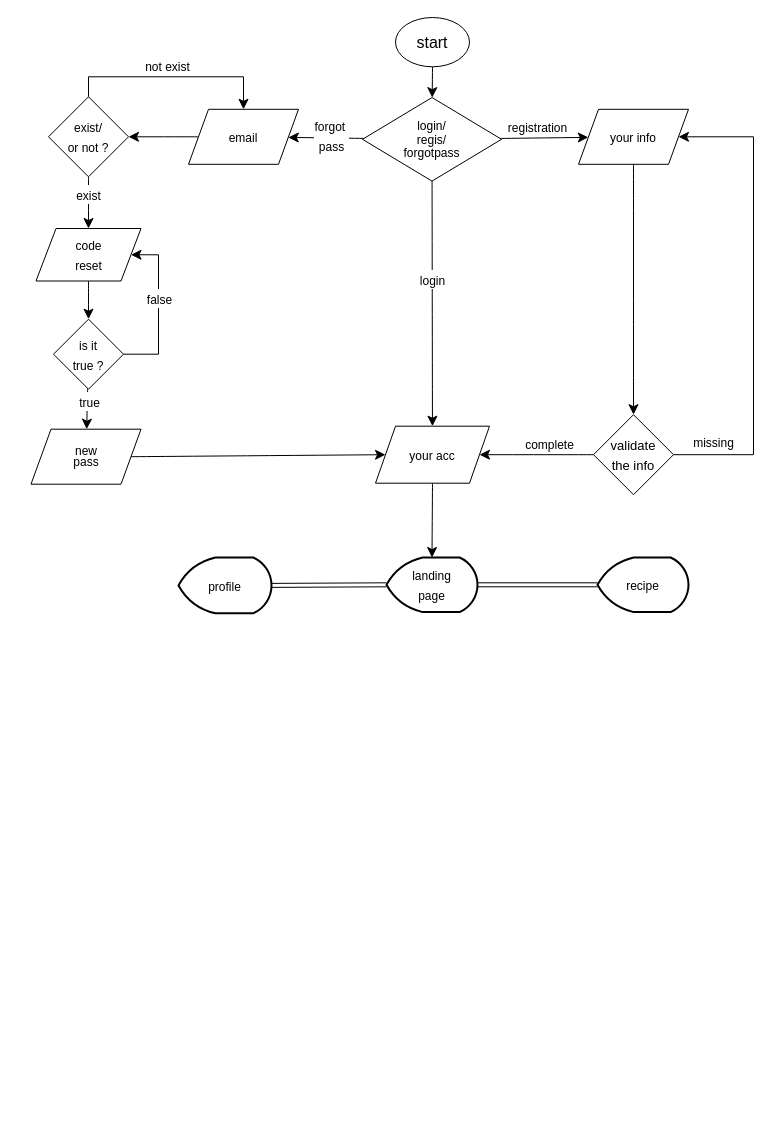
This is flowchart/recipe.drawio from farhanrizqi/flowcharts-algorithm, a draw.io file, before an edit. Source tidied: cells renumbered, new cells numbered last; positions are measured from the earlier drawing's top-left corner, leaving out a move shared by most shapes. Both pictures are drawn from the tidied source at 100%, with x=0, y=0 at pixel (30, 17).
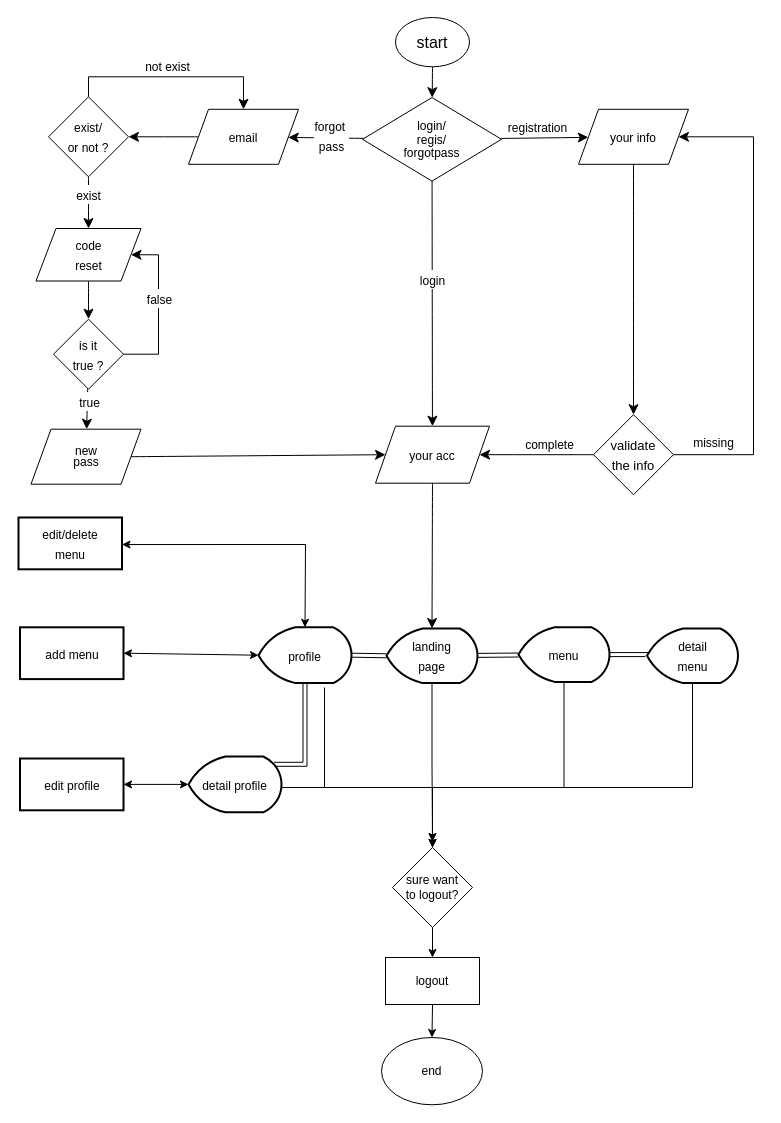
Above is the later version.

The edit, as a diff of the source:
```diff
@@
+    <mxCell id="41" style="edgeStyle=orthogonalEdgeStyle;rounded=0;jettySize=auto;html=1;exitX=0.5;exitY=1;exitDx=0;exitDy=0;exitPerimeter=0;entryX=0.5;entryY=-0.072;entryDx=0;entryDy=0;entryPerimeter=0;" parent="1" edge="1" source="31" target="57">
+      <mxGeometry relative="1" as="geometry" />
+    </mxCell>
     <mxCell id="31" value="&lt;font style=&quot;font-size: 12px;&quot;&gt;landing&lt;br&gt;page&lt;/font&gt;" style="strokeWidth=2;html=1;shape=mxgraph.flowchart.display;whiteSpace=wrap;fontSize=16;" parent="1" vertex="1">
-      <mxGeometry x="356" y="540" width="91" height="54.6" as="geometry" />
+      <mxGeometry x="356" y="611" width="91" height="54.6" as="geometry" />
     </mxCell>
@@
+    <mxCell id="42" style="edgeStyle=orthogonalEdgeStyle;rounded=0;jettySize=auto;html=1;entryX=0.5;entryY=0;entryDx=0;entryDy=0;exitX=0.71;exitY=1.079;exitDx=0;exitDy=0;exitPerimeter=0;" parent="1" edge="1" source="39" target="57">
+      <mxGeometry relative="1" as="geometry">
+        <Array as="points">
+          <mxPoint x="294" y="770" />
+          <mxPoint x="402" y="770" />
+        </Array>
+      </mxGeometry>
+    </mxCell>
+    <mxCell id="43" style="edgeStyle=orthogonalEdgeStyle;rounded=0;jettySize=auto;html=1;exitX=0.5;exitY=1;exitDx=0;exitDy=0;exitPerimeter=0;entryX=0.92;entryY=0.14;entryDx=0;entryDy=0;entryPerimeter=0;shape=link;" parent="1" edge="1" source="39" target="51">
+      <mxGeometry relative="1" as="geometry">
+        <Array as="points">
+          <mxPoint x="275" y="747" />
+        </Array>
+      </mxGeometry>
+    </mxCell>
     <mxCell id="39" value="&lt;font style=&quot;font-size: 12px;&quot;&gt;profile&lt;/font&gt;" style="strokeWidth=2;html=1;shape=mxgraph.flowchart.display;whiteSpace=wrap;fontSize=16;" parent="1" vertex="1">
-      <mxGeometry x="148" y="540" width="93" height="55.8" as="geometry" />
+      <mxGeometry x="228" y="609.8" width="93" height="55.8" as="geometry" />
     </mxCell>
+    <mxCell id="44" style="edgeStyle=orthogonalEdgeStyle;rounded=0;jettySize=auto;html=1;exitX=1;exitY=0.5;exitDx=0;exitDy=0;exitPerimeter=0;entryX=0;entryY=0.5;entryDx=0;entryDy=0;entryPerimeter=0;shape=link;" parent="1" edge="1" source="40" target="47">
+      <mxGeometry relative="1" as="geometry" />
+    </mxCell>
+    <mxCell id="45" style="edgeStyle=orthogonalEdgeStyle;rounded=0;jettySize=auto;html=1;exitX=0.5;exitY=1;exitDx=0;exitDy=0;exitPerimeter=0;entryX=0.5;entryY=-0.075;entryDx=0;entryDy=0;entryPerimeter=0;" parent="1" edge="1" source="40" target="57">
+      <mxGeometry relative="1" as="geometry">
+        <Array as="points">
+          <mxPoint x="534" y="770" />
+          <mxPoint x="402" y="770" />
+        </Array>
+      </mxGeometry>
+    </mxCell>
-    <mxCell id="40" value="&lt;span style=&quot;font-size: 12px;&quot;&gt;recipe&lt;/span&gt;" style="strokeWidth=2;html=1;shape=mxgraph.flowchart.display;whiteSpace=wrap;fontSize=16;" parent="1" vertex="1">
-      <mxGeometry x="567" y="540" width="91" height="54.6" as="geometry" />
+    <mxCell id="40" value="&lt;span style=&quot;font-size: 12px;&quot;&gt;menu&lt;/span&gt;" style="strokeWidth=2;html=1;shape=mxgraph.flowchart.display;whiteSpace=wrap;fontSize=16;" parent="1" vertex="1">
+      <mxGeometry x="488" y="609.8" width="91" height="54.6" as="geometry" />
     </mxCell>
+    <mxCell id="46" style="edgeStyle=orthogonalEdgeStyle;rounded=0;jettySize=auto;html=1;exitX=0.5;exitY=1;exitDx=0;exitDy=0;exitPerimeter=0;entryX=0.5;entryY=0;entryDx=0;entryDy=0;" parent="1" edge="1" source="47" target="57">
+      <mxGeometry relative="1" as="geometry">
+        <Array as="points">
+          <mxPoint x="662" y="770" />
+          <mxPoint x="402" y="770" />
+        </Array>
+      </mxGeometry>
+    </mxCell>
+    <mxCell id="47" value="&lt;span style=&quot;font-size: 12px;&quot;&gt;detail&lt;br&gt;menu&lt;/span&gt;" style="strokeWidth=2;html=1;shape=mxgraph.flowchart.display;whiteSpace=wrap;fontSize=16;" parent="1" vertex="1">
+      <mxGeometry x="616.5" y="611" width="91" height="54.6" as="geometry" />
+    </mxCell>
+    <mxCell id="48" style="endArrow=classic;startArrow=classic;html=1;rounded=0;entryX=0;entryY=0.5;entryDx=0;entryDy=0;entryPerimeter=0;exitX=1;exitY=0.5;exitDx=0;exitDy=0;" parent="1" edge="1" source="55" target="39">
+      <mxGeometry relative="1" as="geometry" />
+    </mxCell>
+    <mxCell id="49" style="endArrow=classic;startArrow=classic;html=1;rounded=0;entryX=0.5;entryY=0;entryDx=0;entryDy=0;entryPerimeter=0;exitX=1;exitY=0.522;exitDx=0;exitDy=0;exitPerimeter=0;" parent="1" edge="1" source="54" target="39">
+      <mxGeometry relative="1" as="geometry">
+        <Array as="points">
+          <mxPoint x="275" y="527" />
+        </Array>
+      </mxGeometry>
+    </mxCell>
+    <mxCell id="50" style="edgeStyle=orthogonalEdgeStyle;rounded=0;jettySize=auto;html=1;exitX=1;exitY=0.5;exitDx=0;exitDy=0;exitPerimeter=0;entryX=0.5;entryY=0;entryDx=0;entryDy=0;" parent="1" edge="1" source="51" target="57">
+      <mxGeometry relative="1" as="geometry">
+        <Array as="points">
+          <mxPoint x="251" y="770" />
+          <mxPoint x="402" y="770" />
+        </Array>
+      </mxGeometry>
+    </mxCell>
+    <mxCell id="51" value="&lt;font style=&quot;font-size: 12px;&quot;&gt;detail profile&lt;/font&gt;" style="strokeWidth=2;html=1;shape=mxgraph.flowchart.display;whiteSpace=wrap;fontSize=16;" parent="1" vertex="1">
+      <mxGeometry x="158" y="739" width="93" height="55.8" as="geometry" />
+    </mxCell>
+    <mxCell id="52" value="&lt;font style=&quot;font-size: 12px;&quot;&gt;edit profile&lt;/font&gt;" style="whiteSpace=wrap;html=1;fontSize=16;strokeWidth=2;" parent="1" vertex="1">
+      <mxGeometry x="-10.5" y="741" width="103.5" height="51.8" as="geometry" />
+    </mxCell>
+    <mxCell id="53" style="endArrow=classic;startArrow=classic;html=1;rounded=0;exitX=1;exitY=0.5;exitDx=0;exitDy=0;entryX=0;entryY=0.5;entryDx=0;entryDy=0;entryPerimeter=0;" parent="1" edge="1" source="52" target="51">
+      <mxGeometry relative="1" as="geometry" />
+    </mxCell>
+    <mxCell id="54" value="&lt;font style=&quot;font-size: 12px;&quot;&gt;edit/delete&lt;br&gt;menu&lt;br&gt;&lt;/font&gt;" style="whiteSpace=wrap;html=1;fontSize=16;strokeWidth=2;" parent="1" vertex="1">
+      <mxGeometry x="-12" y="500" width="103.5" height="51.8" as="geometry" />
+    </mxCell>
+    <mxCell id="55" value="&lt;font style=&quot;font-size: 12px;&quot;&gt;add menu&lt;br&gt;&lt;/font&gt;" style="whiteSpace=wrap;html=1;fontSize=16;strokeWidth=2;" parent="1" vertex="1">
+      <mxGeometry x="-10.5" y="609.8" width="103.5" height="51.8" as="geometry" />
+    </mxCell>
+    <mxCell id="56" style="edgeStyle=orthogonalEdgeStyle;rounded=0;jettySize=auto;html=1;" parent="1" edge="1" source="57" target="59">
+      <mxGeometry relative="1" as="geometry" />
+    </mxCell>
+    <mxCell id="57" value="sure want&lt;br&gt;to logout?" style="rhombus;whiteSpace=wrap;html=1;" parent="1" vertex="1">
+      <mxGeometry x="362" y="830" width="80" height="80" as="geometry" />
+    </mxCell>
+    <mxCell id="58" style="edgeStyle=orthogonalEdgeStyle;rounded=0;jettySize=auto;html=1;exitX=0.5;exitY=1;exitDx=0;exitDy=0;entryX=0.5;entryY=0;entryDx=0;entryDy=0;" parent="1" edge="1" source="59" target="60">
+      <mxGeometry relative="1" as="geometry" />
+    </mxCell>
+    <mxCell id="59" value="logout" style="whiteSpace=wrap;html=1;" parent="1" vertex="1">
+      <mxGeometry x="355" y="940" width="94" height="47" as="geometry" />
+    </mxCell>
+    <mxCell id="60" value="end" style="ellipse;whiteSpace=wrap;html=1;" parent="1" vertex="1">
+      <mxGeometry x="351" y="1020" width="101" height="67.3" as="geometry" />
+    </mxCell>
```
